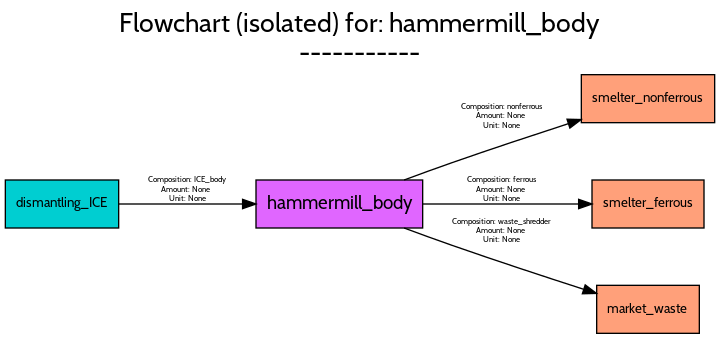
Above: src/examples/ELV/figures/flowcharts/processes/png/hammermill_body.png in FutuRaM-Project/Recovery-Model (Graphviz), before the change. Its source is kept beside it as src/examples/ELV/figures/flowcharts/processes/dot/hammermill_body.dot.
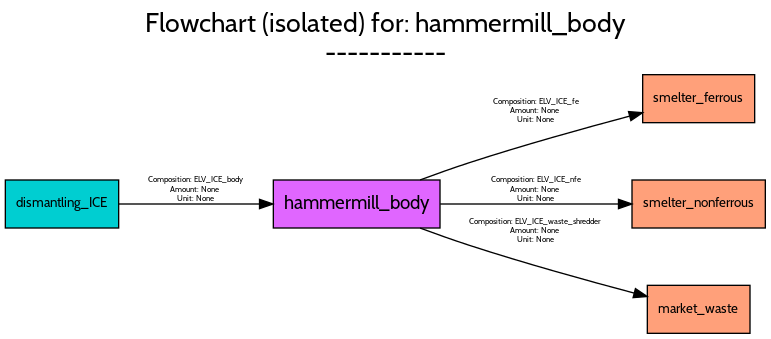
After the change.

What changed in the source:
```diff
@@ -1,5 +1,5 @@
 digraph {
-	graph [bb="0,0,532,246",
+	graph [bb="0,0,570,246",
 		font=Cabin,
 		fontname=Cabin,
 		fontsize=20,
@@ -8,7 +8,7 @@
 		labeljust=c,
 		labelloc=tc,
 		lheight=0.61,
-		lp="266,220",
+		lp="285,220",
 		lwidth=5.01,
 		nodesep=0.6,
 		rankdir=LR,
@@ -19,58 +19,58 @@
 		fontname=Cabin,
 		fontsize=14,
 		height=0.5,
-		pos="250.5,97",
+		pos="263.5,97",
 		shape=box,
 		style=filled,
 		width=1.7361];
+	smelter_ferrous	[fillcolor=lightsalmon1,
+		fontname=Cabin,
+		fontsize=10,
+		height=0.5,
+		pos="520,176",
+		shape=box,
+		style=filled,
+		width=1.1667];
+	hammermill_body -> smelter_ferrous	[color=black,
+		fontname=Cabin,
+		fontsize=6,
+		label="Composition: ELV_ICE_fe
+Amount: None
+Unit: None",
+		lp="398,166.5",
+		pos="e,477.95,165.49 311.08,115.06 323.04,119.49 335.94,124.08 348,128 388.03,141.03 434,153.81 468.19,162.9"];
 	smelter_nonferrous	[fillcolor=lightsalmon1,
 		fontname=Cabin,
 		fontsize=10,
 		height=0.5,
-		pos="482,176",
+		pos="520,97",
 		shape=box,
 		style=filled,
 		width=1.3889];
 	hammermill_body -> smelter_nonferrous	[color=black,
 		fontname=Cabin,
 		fontsize=6,
-		label="Composition: nonferrous
+		label="Composition: ELV_ICE_nfe
 Amount: None
 Unit: None",
-		lp="372.5,162.5",
-		pos="e,431.84,160.35 299.08,115.02 310.79,119.36 323.32,123.91 335,128 363.6,138.01 395.55,148.58 422.26,157.25"];
-	smelter_ferrous	[fillcolor=lightsalmon1,
-		fontname=Cabin,
-		fontsize=10,
-		height=0.5,
-		pos="482,97",
-		shape=box,
-		style=filled,
-		width=1.1667];
-	hammermill_body -> smelter_ferrous	[color=black,
-		fontname=Cabin,
-		fontsize=6,
-		label="Composition: ferrous
-Amount: None
-Unit: None",
-		lp="372.5,107.5",
-		pos="e,439.98,97 313,97 349.46,97 395.13,97 429.65,97"];
+		lp="398,107.5",
+		pos="e,469.87,97 326.11,97 366.71,97 419.58,97 459.7,97"];
 	market_waste	[fillcolor=lightsalmon1,
 		fontname=Cabin,
 		fontsize=10,
 		height=0.5,
-		pos="482,18",
+		pos="520,18",
 		shape=box,
 		style=filled,
 		width=1.0694];
 	hammermill_body -> market_waste	[color=black,
 		fontname=Cabin,
 		fontsize=6,
-		label="Composition: waste_shredder
+		label="Composition: ELV_ICE_waste_shredder
 Amount: None
 Unit: None",
-		lp="372.5,76.5",
-		pos="e,443.36,29.943 299.08,78.983 310.79,74.645 323.32,70.085 335,66 367.78,54.531 404.97,42.317 433.61,33.08"];
+		lp="398,76.5",
+		pos="e,481.37,27.613 311.08,78.942 323.04,74.514 335.94,69.923 348,66 389.37,52.541 437.07,39.339 471.56,30.198"];
 	dismantling_ICE	[fillcolor=darkturquoise,
 		fontname=Cabin,
 		fontsize=10,
@@ -82,9 +82,9 @@
 	dismantling_ICE -> hammermill_body	[color=black,
 		fontname=Cabin,
 		fontsize=6,
-		label="Composition: ICE_body
+		label="Composition: ELV_ICE_body
 Amount: None
 Unit: None",
-		lp="136.5,107.5",
-		pos="e,187.94,97 85.187,97 111.7,97 146.73,97 177.64,97"];
+		lp="143,107.5",
+		pos="e,200.65,97 85.208,97 114.91,97 155.6,97 190.5,97"];
 }
```
